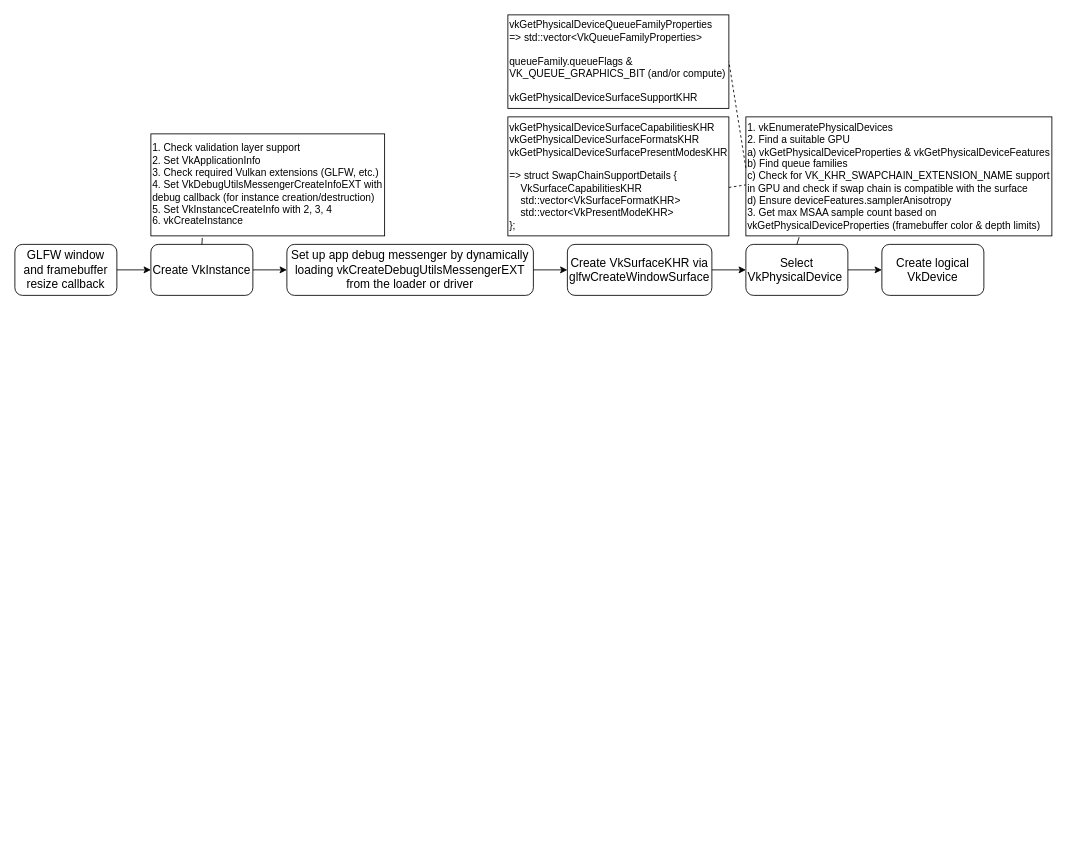
Earlier version of the draw.io diagram Vulkan.drawio (CarlosLaraFP/Vulkan). Source tidied: cells renumbered, new cells numbered last; positions are measured from the earlier drawing's top-left corner, leaving out a move shared by most shapes. Both pictures are drawn from the tidied source at 85%, with x=0, y=0 at pixel (14, 14).
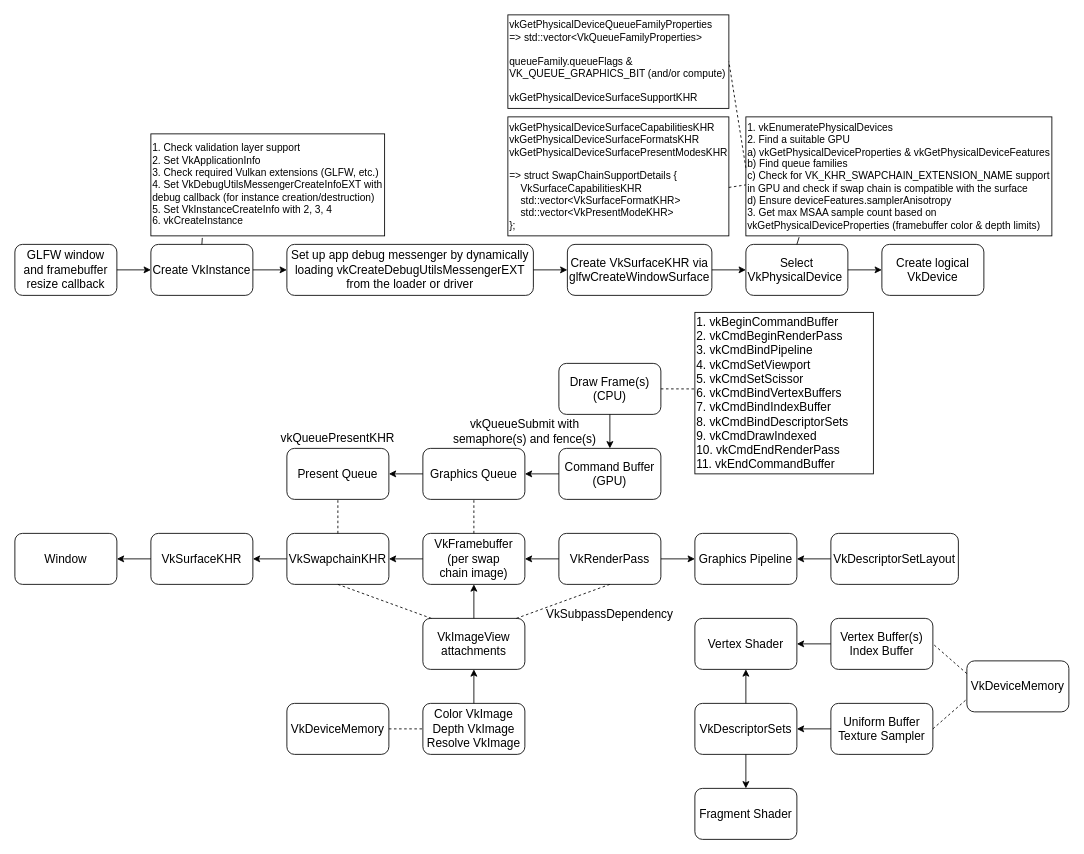
The same diagram, later.

Commit message (it also covers changes not shown here):
Vulkan app flowchart

Change to the diagram source:
```diff
@@
+    <mxCell id="21" value="&lt;div&gt;&lt;span style=&quot;font-size: 14px;&quot;&gt;VkSwapchainKHR&lt;/span&gt;&lt;/div&gt;" style="rounded=1;whiteSpace=wrap;html=1;" parent="1" vertex="1">
+      <mxGeometry x="320" y="610" width="120" height="60" as="geometry" />
+    </mxCell>
+    <mxCell id="22" value="&lt;div&gt;&lt;span style=&quot;font-size: 14px;&quot;&gt;VkSurfaceKHR&lt;/span&gt;&lt;/div&gt;" style="rounded=1;whiteSpace=wrap;html=1;" parent="1" vertex="1">
+      <mxGeometry x="160" y="610" width="120" height="60" as="geometry" />
+    </mxCell>
+    <mxCell id="23" value="&lt;div&gt;&lt;span style=&quot;font-size: 14px;&quot;&gt;Window&lt;/span&gt;&lt;/div&gt;" style="rounded=1;whiteSpace=wrap;html=1;" parent="1" vertex="1">
+      <mxGeometry y="610" width="120" height="60" as="geometry" />
+    </mxCell>
+    <mxCell id="24" style="endArrow=classic;html=1;rounded=0;entryX=1;entryY=0.5;entryDx=0;entryDy=0;exitX=0;exitY=0.5;exitDx=0;exitDy=0;" parent="1" edge="1" source="21" target="22">
+      <mxGeometry relative="1" as="geometry" />
+    </mxCell>
+    <mxCell id="25" style="endArrow=classic;html=1;rounded=0;entryX=1;entryY=0.5;entryDx=0;entryDy=0;exitX=0;exitY=0.5;exitDx=0;exitDy=0;" parent="1" edge="1" source="22" target="23">
+      <mxGeometry relative="1" as="geometry" />
+    </mxCell>
+    <mxCell id="26" value="&lt;div&gt;&lt;span style=&quot;font-size: 14px;&quot;&gt;VkFramebuffer (per swap &lt;br&gt;chain image)&lt;/span&gt;&lt;/div&gt;" style="rounded=1;whiteSpace=wrap;html=1;" parent="1" vertex="1">
+      <mxGeometry x="480" y="610" width="120" height="60" as="geometry" />
+    </mxCell>
+    <mxCell id="27" style="endArrow=classic;html=1;rounded=0;entryX=1;entryY=0.5;entryDx=0;entryDy=0;exitX=0;exitY=0.5;exitDx=0;exitDy=0;" parent="1" edge="1" source="26" target="21">
+      <mxGeometry relative="1" as="geometry" />
+    </mxCell>
+    <mxCell id="28" value="&lt;div&gt;&lt;span style=&quot;font-size: 14px;&quot;&gt;VkImageView attachments&lt;/span&gt;&lt;/div&gt;" style="rounded=1;whiteSpace=wrap;html=1;" parent="1" vertex="1">
+      <mxGeometry x="480" y="710" width="120" height="60" as="geometry" />
+    </mxCell>
+    <mxCell id="29" style="endArrow=classic;html=1;rounded=0;entryX=0.5;entryY=1;entryDx=0;entryDy=0;exitX=0.5;exitY=0;exitDx=0;exitDy=0;" parent="1" edge="1" source="28" target="26">
+      <mxGeometry relative="1" as="geometry" />
+    </mxCell>
+    <mxCell id="30" style="endArrow=none;dashed=1;html=1;rounded=0;entryX=0.5;entryY=1;entryDx=0;entryDy=0;exitX=0.083;exitY=0;exitDx=0;exitDy=0;exitPerimeter=0;" parent="1" edge="1" source="28" target="21">
+      <mxGeometry relative="1" as="geometry" />
+    </mxCell>
+    <mxCell id="31" value="&lt;div&gt;&lt;span style=&quot;font-size: 14px;&quot;&gt;Color VkImage&lt;/span&gt;&lt;/div&gt;&lt;div&gt;&lt;span style=&quot;font-size: 14px;&quot;&gt;Depth VkImage&lt;/span&gt;&lt;/div&gt;&lt;div&gt;&lt;span style=&quot;font-size: 14px;&quot;&gt;Resolve VkImage&lt;/span&gt;&lt;/div&gt;" style="rounded=1;whiteSpace=wrap;html=1;" parent="1" vertex="1">
+      <mxGeometry x="480" y="810" width="120" height="60" as="geometry" />
+    </mxCell>
+    <mxCell id="32" style="endArrow=classic;html=1;rounded=0;exitX=0.5;exitY=0;exitDx=0;exitDy=0;entryX=0.5;entryY=1;entryDx=0;entryDy=0;" parent="1" edge="1" source="31" target="28">
+      <mxGeometry relative="1" as="geometry" />
+    </mxCell>
+    <mxCell id="33" value="&lt;div&gt;&lt;span style=&quot;font-size: 14px;&quot;&gt;VkDeviceMemory&lt;/span&gt;&lt;/div&gt;" style="rounded=1;whiteSpace=wrap;html=1;" parent="1" vertex="1">
+      <mxGeometry x="320" y="810" width="120" height="60" as="geometry" />
+    </mxCell>
+    <mxCell id="34" style="endArrow=none;dashed=1;html=1;rounded=0;exitX=1;exitY=0.5;exitDx=0;exitDy=0;entryX=0;entryY=0.5;entryDx=0;entryDy=0;" parent="1" edge="1" source="33" target="31">
+      <mxGeometry relative="1" as="geometry" />
+    </mxCell>
+    <mxCell id="35" value="&lt;div&gt;&lt;span style=&quot;font-size: 14px;&quot;&gt;VkRenderPass&lt;/span&gt;&lt;/div&gt;" style="rounded=1;whiteSpace=wrap;html=1;" parent="1" vertex="1">
+      <mxGeometry x="640" y="610" width="120" height="60" as="geometry" />
+    </mxCell>
+    <mxCell id="36" style="endArrow=classic;html=1;rounded=0;entryX=1;entryY=0.5;entryDx=0;entryDy=0;exitX=0;exitY=0.5;exitDx=0;exitDy=0;" parent="1" edge="1" source="35" target="26">
+      <mxGeometry relative="1" as="geometry" />
+    </mxCell>
+    <mxCell id="37" style="endArrow=none;dashed=1;html=1;rounded=0;entryX=0.5;entryY=1;entryDx=0;entryDy=0;" parent="1" edge="1" target="35">
+      <mxGeometry relative="1" as="geometry">
+        <mxPoint x="590" y="710" as="sourcePoint" />
+      </mxGeometry>
+    </mxCell>
+    <mxCell id="38" value="&lt;div&gt;&lt;span style=&quot;font-size: 14px;&quot;&gt;Command Buffer (GPU)&lt;/span&gt;&lt;/div&gt;" style="rounded=1;whiteSpace=wrap;html=1;" parent="1" vertex="1">
+      <mxGeometry x="640" y="510" width="120" height="60" as="geometry" />
+    </mxCell>
+    <mxCell id="39" value="&lt;div&gt;&lt;span style=&quot;font-size: 14px;&quot;&gt;Graphics Queue&lt;/span&gt;&lt;/div&gt;" style="rounded=1;whiteSpace=wrap;html=1;" parent="1" vertex="1">
+      <mxGeometry x="480" y="510" width="120" height="60" as="geometry" />
+    </mxCell>
+    <mxCell id="40" value="&lt;div&gt;&lt;span style=&quot;font-size: 14px;&quot;&gt;Draw Frame(s) (CPU)&lt;/span&gt;&lt;/div&gt;" style="rounded=1;whiteSpace=wrap;html=1;" parent="1" vertex="1">
+      <mxGeometry x="640" y="410" width="120" height="60" as="geometry" />
+    </mxCell>
+    <mxCell id="41" value="&lt;div&gt;&lt;span style=&quot;font-size: 14px;&quot;&gt;Graphics Pipeline&lt;/span&gt;&lt;/div&gt;" style="rounded=1;whiteSpace=wrap;html=1;" parent="1" vertex="1">
+      <mxGeometry x="800" y="610" width="120" height="60" as="geometry" />
+    </mxCell>
+    <mxCell id="42" value="&lt;div&gt;&lt;span style=&quot;font-size: 14px;&quot;&gt;VkDescriptorSets&lt;/span&gt;&lt;/div&gt;" style="rounded=1;whiteSpace=wrap;html=1;" parent="1" vertex="1">
+      <mxGeometry x="800" y="810" width="120" height="60" as="geometry" />
+    </mxCell>
+    <mxCell id="43" value="&lt;div&gt;&lt;span style=&quot;font-size: 14px;&quot;&gt;Uniform Buffer&lt;/span&gt;&lt;/div&gt;&lt;div&gt;&lt;span style=&quot;font-size: 14px;&quot;&gt;Texture Sampler&lt;/span&gt;&lt;/div&gt;" style="rounded=1;whiteSpace=wrap;html=1;" parent="1" vertex="1">
+      <mxGeometry x="960" y="810" width="120" height="60" as="geometry" />
+    </mxCell>
+    <mxCell id="44" value="&lt;div&gt;&lt;span style=&quot;font-size: 14px;&quot;&gt;Vertex Buffer(s)&lt;/span&gt;&lt;/div&gt;&lt;div&gt;&lt;span style=&quot;font-size: 14px;&quot;&gt;Index Buffer&lt;/span&gt;&lt;/div&gt;" style="rounded=1;whiteSpace=wrap;html=1;" parent="1" vertex="1">
+      <mxGeometry x="960" y="710" width="120" height="60" as="geometry" />
+    </mxCell>
+    <mxCell id="45" value="&lt;font style=&quot;font-size: 14px;&quot;&gt;VkSubpassDependency&lt;/font&gt;" style="text;html=1;align=center;verticalAlign=middle;whiteSpace=wrap;rounded=0;" parent="1" vertex="1">
+      <mxGeometry x="615" y="700" width="170" height="10" as="geometry" />
+    </mxCell>
+    <mxCell id="46" style="endArrow=classic;html=1;rounded=0;exitX=0;exitY=0.5;exitDx=0;exitDy=0;entryX=1;entryY=0.5;entryDx=0;entryDy=0;" parent="1" edge="1" source="43" target="42">
+      <mxGeometry relative="1" as="geometry" />
+    </mxCell>
+    <mxCell id="47" value="&lt;div&gt;&lt;span style=&quot;font-size: 14px;&quot;&gt;VkDeviceMemory&lt;/span&gt;&lt;/div&gt;" style="rounded=1;whiteSpace=wrap;html=1;" parent="1" vertex="1">
+      <mxGeometry x="1120" y="760" width="120" height="60" as="geometry" />
+    </mxCell>
+    <mxCell id="48" style="endArrow=none;dashed=1;html=1;rounded=0;exitX=0;exitY=0.25;exitDx=0;exitDy=0;entryX=1;entryY=0.5;entryDx=0;entryDy=0;" parent="1" edge="1" source="47" target="44">
+      <mxGeometry relative="1" as="geometry" />
+    </mxCell>
+    <mxCell id="49" style="endArrow=classic;html=1;rounded=0;exitX=0;exitY=0.5;exitDx=0;exitDy=0;entryX=1;entryY=0.5;entryDx=0;entryDy=0;" parent="1" edge="1" source="38" target="39">
+      <mxGeometry relative="1" as="geometry" />
+    </mxCell>
+    <mxCell id="50" value="&lt;font style=&quot;font-size: 14px;&quot;&gt;vkQueueSubmit with semaphore(s) and fence(s)&lt;/font&gt;" style="text;html=1;align=center;verticalAlign=middle;whiteSpace=wrap;rounded=0;" parent="1" vertex="1">
+      <mxGeometry x="510" y="470" width="180" height="40" as="geometry" />
+    </mxCell>
+    <mxCell id="51" style="edgeStyle=orthogonalEdgeStyle;rounded=0;orthogonalLoop=1;jettySize=auto;html=1;exitX=0.5;exitY=1;exitDx=0;exitDy=0;" parent="1" edge="1" source="50" target="50">
+      <mxGeometry relative="1" as="geometry" />
+    </mxCell>
+    <mxCell id="52" style="endArrow=classic;html=1;rounded=0;entryX=0.5;entryY=0;entryDx=0;entryDy=0;exitX=0.5;exitY=1;exitDx=0;exitDy=0;" parent="1" edge="1" source="40" target="38">
+      <mxGeometry relative="1" as="geometry" />
+    </mxCell>
+    <mxCell id="53" style="endArrow=classic;html=1;rounded=0;exitX=1;exitY=0.5;exitDx=0;exitDy=0;entryX=0;entryY=0.5;entryDx=0;entryDy=0;" parent="1" edge="1" source="35" target="41">
+      <mxGeometry relative="1" as="geometry" />
+    </mxCell>
+    <mxCell id="54" value="&lt;font style=&quot;font-size: 14px;&quot;&gt;1. vkBeginCommandBuffer&lt;/font&gt;&lt;div&gt;&lt;font style=&quot;font-size: 14px;&quot;&gt;2. vkCmdBeginRenderPass&lt;/font&gt;&lt;/div&gt;&lt;div&gt;&lt;font style=&quot;font-size: 14px;&quot;&gt;3. vkCmdBindPipeline&lt;/font&gt;&lt;/div&gt;&lt;div&gt;&lt;font style=&quot;font-size: 14px;&quot;&gt;4. vkCmdSetViewport&lt;/font&gt;&lt;/div&gt;&lt;div&gt;&lt;font style=&quot;font-size: 14px;&quot;&gt;5. vkCmdSetScissor&lt;/font&gt;&lt;/div&gt;&lt;div&gt;&lt;font style=&quot;font-size: 14px;&quot;&gt;6. vkCmdBindVertexBuffers&lt;/font&gt;&lt;/div&gt;&lt;div&gt;&lt;font style=&quot;font-size: 14px;&quot;&gt;7. vkCmdBindIndexBuffer&lt;/font&gt;&lt;/div&gt;&lt;div&gt;&lt;font style=&quot;font-size: 14px;&quot;&gt;8. vkCmdBindDescriptorSets&lt;/font&gt;&lt;/div&gt;&lt;div&gt;&lt;font style=&quot;font-size: 14px;&quot;&gt;9. vkCmdDrawIndexed&lt;/font&gt;&lt;/div&gt;&lt;div&gt;&lt;font style=&quot;font-size: 14px;&quot;&gt;10. vkCmdEndRenderPass&lt;/font&gt;&lt;/div&gt;&lt;div&gt;&lt;font style=&quot;font-size: 14px;&quot;&gt;11. vkEndCommandBuffer&lt;/font&gt;&lt;/div&gt;" style="rounded=0;whiteSpace=wrap;html=1;align=left;" parent="1" vertex="1">
+      <mxGeometry x="800" y="350" width="210" height="190" as="geometry" />
+    </mxCell>
+    <mxCell id="55" style="endArrow=none;dashed=1;html=1;rounded=0;exitX=1;exitY=0.5;exitDx=0;exitDy=0;entryX=0.01;entryY=0.474;entryDx=0;entryDy=0;entryPerimeter=0;" parent="1" edge="1" source="40" target="54">
+      <mxGeometry relative="1" as="geometry" />
+    </mxCell>
+    <mxCell id="56" value="&lt;div&gt;&lt;span style=&quot;font-size: 14px;&quot;&gt;Present Queue&lt;/span&gt;&lt;/div&gt;" style="rounded=1;whiteSpace=wrap;html=1;" parent="1" vertex="1">
+      <mxGeometry x="320" y="510" width="120" height="60" as="geometry" />
+    </mxCell>
+    <mxCell id="57" style="endArrow=classic;html=1;rounded=0;exitX=0;exitY=0.5;exitDx=0;exitDy=0;entryX=1;entryY=0.5;entryDx=0;entryDy=0;" parent="1" edge="1" source="39" target="56">
+      <mxGeometry relative="1" as="geometry" />
+    </mxCell>
+    <mxCell id="58" value="&lt;font style=&quot;font-size: 14px;&quot;&gt;vkQueuePresentKHR&lt;/font&gt;" style="text;html=1;align=center;verticalAlign=middle;whiteSpace=wrap;rounded=0;" parent="1" vertex="1">
+      <mxGeometry x="310" y="485" width="140" height="25" as="geometry" />
+    </mxCell>
+    <mxCell id="59" style="endArrow=none;dashed=1;html=1;rounded=0;exitX=0.5;exitY=0;exitDx=0;exitDy=0;entryX=0.5;entryY=1;entryDx=0;entryDy=0;" parent="1" edge="1" source="26" target="39">
+      <mxGeometry relative="1" as="geometry" />
+    </mxCell>
+    <mxCell id="60" style="endArrow=none;dashed=1;html=1;rounded=0;exitX=0.5;exitY=0;exitDx=0;exitDy=0;entryX=0.5;entryY=1;entryDx=0;entryDy=0;" parent="1" edge="1" source="21" target="56">
+      <mxGeometry relative="1" as="geometry" />
+    </mxCell>
+    <mxCell id="61" style="endArrow=none;dashed=1;html=1;rounded=0;exitX=1;exitY=0.5;exitDx=0;exitDy=0;entryX=0;entryY=0.75;entryDx=0;entryDy=0;" parent="1" edge="1" source="43" target="47">
+      <mxGeometry relative="1" as="geometry" />
+    </mxCell>
+    <mxCell id="62" style="endArrow=classic;html=1;rounded=0;exitX=0;exitY=0.5;exitDx=0;exitDy=0;entryX=1;entryY=0.5;entryDx=0;entryDy=0;" parent="1" edge="1" source="44" target="64">
+      <mxGeometry relative="1" as="geometry" />
+    </mxCell>
+    <mxCell id="63" style="endArrow=classic;html=1;rounded=0;entryX=0.5;entryY=1;entryDx=0;entryDy=0;exitX=0.5;exitY=0;exitDx=0;exitDy=0;" parent="1" edge="1" source="42" target="64">
+      <mxGeometry relative="1" as="geometry" />
+    </mxCell>
+    <mxCell id="64" value="&lt;div&gt;&lt;span style=&quot;font-size: 14px;&quot;&gt;Vertex Shader&lt;/span&gt;&lt;/div&gt;" style="rounded=1;whiteSpace=wrap;html=1;" parent="1" vertex="1">
+      <mxGeometry x="800" y="710" width="120" height="60" as="geometry" />
+    </mxCell>
+    <mxCell id="65" value="&lt;div&gt;&lt;span style=&quot;font-size: 14px;&quot;&gt;Fragment Shader&lt;/span&gt;&lt;/div&gt;" style="rounded=1;whiteSpace=wrap;html=1;" parent="1" vertex="1">
+      <mxGeometry x="800" y="910" width="120" height="60" as="geometry" />
+    </mxCell>
+    <mxCell id="66" style="endArrow=classic;html=1;rounded=0;exitX=0.5;exitY=1;exitDx=0;exitDy=0;entryX=0.5;entryY=0;entryDx=0;entryDy=0;" parent="1" edge="1" source="42" target="65">
+      <mxGeometry relative="1" as="geometry" />
+    </mxCell>
+    <mxCell id="67" value="&lt;div&gt;&lt;span style=&quot;font-size: 14px;&quot;&gt;VkDescriptorSetLayout&lt;/span&gt;&lt;/div&gt;" style="rounded=1;whiteSpace=wrap;html=1;" parent="1" vertex="1">
+      <mxGeometry x="960" y="610" width="150" height="60" as="geometry" />
+    </mxCell>
+    <mxCell id="68" style="endArrow=classic;html=1;rounded=0;entryX=1;entryY=0.5;entryDx=0;entryDy=0;exitX=0;exitY=0.5;exitDx=0;exitDy=0;" parent="1" edge="1" source="67" target="41">
+      <mxGeometry relative="1" as="geometry" />
+    </mxCell>
```
